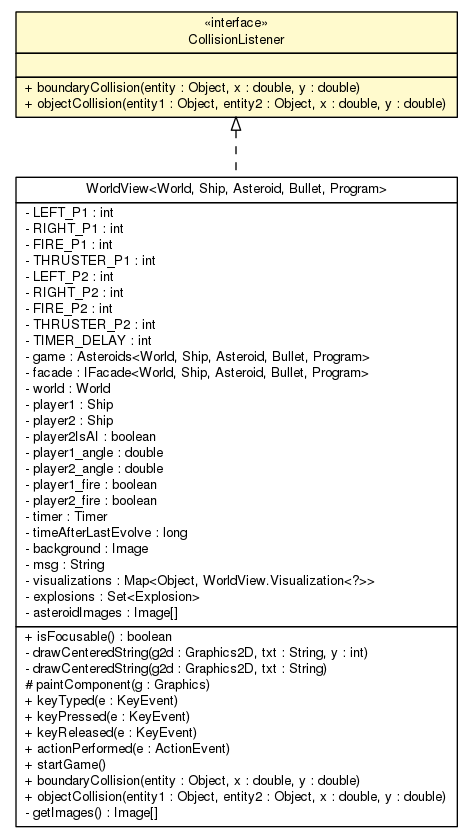
The Graphviz diagram doc/main/CollisionListener.png in sinopeus/asteroids, before a commit. Its source is kept beside it as doc/main/CollisionListener.dot. The source it was exported from:
```dot

digraph G {
	edge [fontname="Helvetica",fontsize=10,labelfontname="Helvetica",labelfontsize=10];
	node [fontname="Helvetica",fontsize=10,shape=plaintext];
	nodesep=0.25;
	ranksep=0.5;
	c6916 [label=<<table title="main.CollisionListener" border="0" cellborder="1" cellspacing="0" cellpadding="2" port="p" bgcolor="lemonChiffon" href="./CollisionListener.html">
		<tr><td><table border="0" cellspacing="0" cellpadding="1">
<tr><td align="center" balign="center"> &#171;interface&#187; </td></tr>
<tr><td align="center" balign="center"> CollisionListener </td></tr>
		</table></td></tr>
		<tr><td><table border="0" cellspacing="0" cellpadding="1">
<tr><td align="left" balign="left">  </td></tr>
		</table></td></tr>
		<tr><td><table border="0" cellspacing="0" cellpadding="1">
<tr><td align="left" balign="left"> + boundaryCollision(entity : Object, x : double, y : double) </td></tr>
<tr><td align="left" balign="left"> + objectCollision(entity1 : Object, entity2 : Object, x : double, y : double) </td></tr>
		</table></td></tr>
		</table>>, URL="./CollisionListener.html", fontname="Helvetica", fontcolor="black", fontsize=10.0];
	c6917 [label=<<table title="main.WorldView" border="0" cellborder="1" cellspacing="0" cellpadding="2" port="p" href="./WorldView.html">
		<tr><td><table border="0" cellspacing="0" cellpadding="1">
<tr><td align="center" balign="center"> WorldView&lt;World, Ship, Asteroid, Bullet, Program&gt; </td></tr>
		</table></td></tr>
		<tr><td><table border="0" cellspacing="0" cellpadding="1">
<tr><td align="left" balign="left"> - LEFT_P1 : int </td></tr>
<tr><td align="left" balign="left"> - RIGHT_P1 : int </td></tr>
<tr><td align="left" balign="left"> - FIRE_P1 : int </td></tr>
<tr><td align="left" balign="left"> - THRUSTER_P1 : int </td></tr>
<tr><td align="left" balign="left"> - LEFT_P2 : int </td></tr>
<tr><td align="left" balign="left"> - RIGHT_P2 : int </td></tr>
<tr><td align="left" balign="left"> - FIRE_P2 : int </td></tr>
<tr><td align="left" balign="left"> - THRUSTER_P2 : int </td></tr>
<tr><td align="left" balign="left"> - TIMER_DELAY : int </td></tr>
<tr><td align="left" balign="left"> - game : Asteroids&lt;World, Ship, Asteroid, Bullet, Program&gt; </td></tr>
<tr><td align="left" balign="left"> - facade : IFacade&lt;World, Ship, Asteroid, Bullet, Program&gt; </td></tr>
<tr><td align="left" balign="left"> - world : World </td></tr>
<tr><td align="left" balign="left"> - player1 : Ship </td></tr>
<tr><td align="left" balign="left"> - player2 : Ship </td></tr>
<tr><td align="left" balign="left"> - player2IsAI : boolean </td></tr>
<tr><td align="left" balign="left"> - player1_angle : double </td></tr>
<tr><td align="left" balign="left"> - player2_angle : double </td></tr>
<tr><td align="left" balign="left"> - player1_fire : boolean </td></tr>
<tr><td align="left" balign="left"> - player2_fire : boolean </td></tr>
<tr><td align="left" balign="left"> - timer : Timer </td></tr>
<tr><td align="left" balign="left"> - timeAfterLastEvolve : long </td></tr>
<tr><td align="left" balign="left"> - background : Image </td></tr>
<tr><td align="left" balign="left"> - msg : String </td></tr>
<tr><td align="left" balign="left"> - visualizations : Map&lt;Object, WorldView.Visualization&lt;?&gt;&gt; </td></tr>
<tr><td align="left" balign="left"> - explosions : Set&lt;Explosion&gt; </td></tr>
<tr><td align="left" balign="left"> - asteroidImages : Image[] </td></tr>
		</table></td></tr>
		<tr><td><table border="0" cellspacing="0" cellpadding="1">
<tr><td align="left" balign="left"> + isFocusable() : boolean </td></tr>
<tr><td align="left" balign="left"> - drawCenteredString(g2d : Graphics2D, txt : String, y : int) </td></tr>
<tr><td align="left" balign="left"> - drawCenteredString(g2d : Graphics2D, txt : String) </td></tr>
<tr><td align="left" balign="left"> # paintComponent(g : Graphics) </td></tr>
<tr><td align="left" balign="left"> + keyTyped(e : KeyEvent) </td></tr>
<tr><td align="left" balign="left"> + keyPressed(e : KeyEvent) </td></tr>
<tr><td align="left" balign="left"> + keyReleased(e : KeyEvent) </td></tr>
<tr><td align="left" balign="left"> + actionPerformed(e : ActionEvent) </td></tr>
<tr><td align="left" balign="left"> + startGame() </td></tr>
<tr><td align="left" balign="left"> + boundaryCollision(entity : Object, x : double, y : double) </td></tr>
<tr><td align="left" balign="left"> + objectCollision(entity1 : Object, entity2 : Object, x : double, y : double) </td></tr>
<tr><td align="left" balign="left"> - getImages() : Image[] </td></tr>
		</table></td></tr>
		</table>>, URL="./WorldView.html", fontname="Helvetica", fontcolor="black", fontsize=10.0];
	c6916:p -> c6917:p [dir=back,arrowtail=empty,style=dashed];
}
```
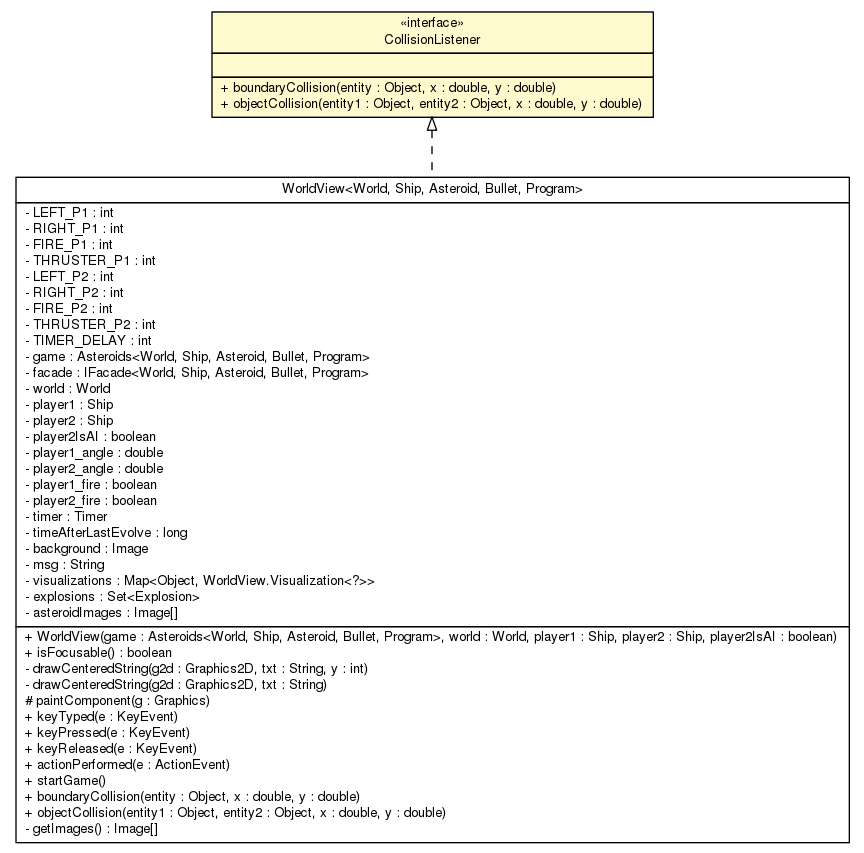
The same file after the commit.

Diff of the diagram source:
```diff
@@ -4,7 +4,7 @@
 	node [fontname="Helvetica",fontsize=10,shape=plaintext];
 	nodesep=0.25;
 	ranksep=0.5;
-	c6916 [label=<<table title="main.CollisionListener" border="0" cellborder="1" cellspacing="0" cellpadding="2" port="p" bgcolor="lemonChiffon" href="./CollisionListener.html">
+	c6952 [label=<<table title="main.CollisionListener" border="0" cellborder="1" cellspacing="0" cellpadding="2" port="p" bgcolor="lemonChiffon" href="./CollisionListener.html">
 		<tr><td><table border="0" cellspacing="0" cellpadding="1">
 <tr><td align="center" balign="center"> &#171;interface&#187; </td></tr>
 <tr><td align="center" balign="center"> CollisionListener </td></tr>
@@ -17,7 +17,7 @@
 <tr><td align="left" balign="left"> + objectCollision(entity1 : Object, entity2 : Object, x : double, y : double) </td></tr>
 		</table></td></tr>
 		</table>>, URL="./CollisionListener.html", fontname="Helvetica", fontcolor="black", fontsize=10.0];
-	c6917 [label=<<table title="main.WorldView" border="0" cellborder="1" cellspacing="0" cellpadding="2" port="p" href="./WorldView.html">
+	c6953 [label=<<table title="main.WorldView" border="0" cellborder="1" cellspacing="0" cellpadding="2" port="p" href="./WorldView.html">
 		<tr><td><table border="0" cellspacing="0" cellpadding="1">
 <tr><td align="center" balign="center"> WorldView&lt;World, Ship, Asteroid, Bullet, Program&gt; </td></tr>
 		</table></td></tr>
@@ -50,6 +50,7 @@
 <tr><td align="left" balign="left"> - asteroidImages : Image[] </td></tr>
 		</table></td></tr>
 		<tr><td><table border="0" cellspacing="0" cellpadding="1">
+<tr><td align="left" balign="left"> + WorldView(game : Asteroids&lt;World, Ship, Asteroid, Bullet, Program&gt;, world : World, player1 : Ship, player2 : Ship, player2IsAI : boolean) </td></tr>
 <tr><td align="left" balign="left"> + isFocusable() : boolean </td></tr>
 <tr><td align="left" balign="left"> - drawCenteredString(g2d : Graphics2D, txt : String, y : int) </td></tr>
 <tr><td align="left" balign="left"> - drawCenteredString(g2d : Graphics2D, txt : String) </td></tr>
@@ -64,5 +65,5 @@
 <tr><td align="left" balign="left"> - getImages() : Image[] </td></tr>
 		</table></td></tr>
 		</table>>, URL="./WorldView.html", fontname="Helvetica", fontcolor="black", fontsize=10.0];
-	c6916:p -> c6917:p [dir=back,arrowtail=empty,style=dashed];
+	c6952:p -> c6953:p [dir=back,arrowtail=empty,style=dashed];
 }
```
